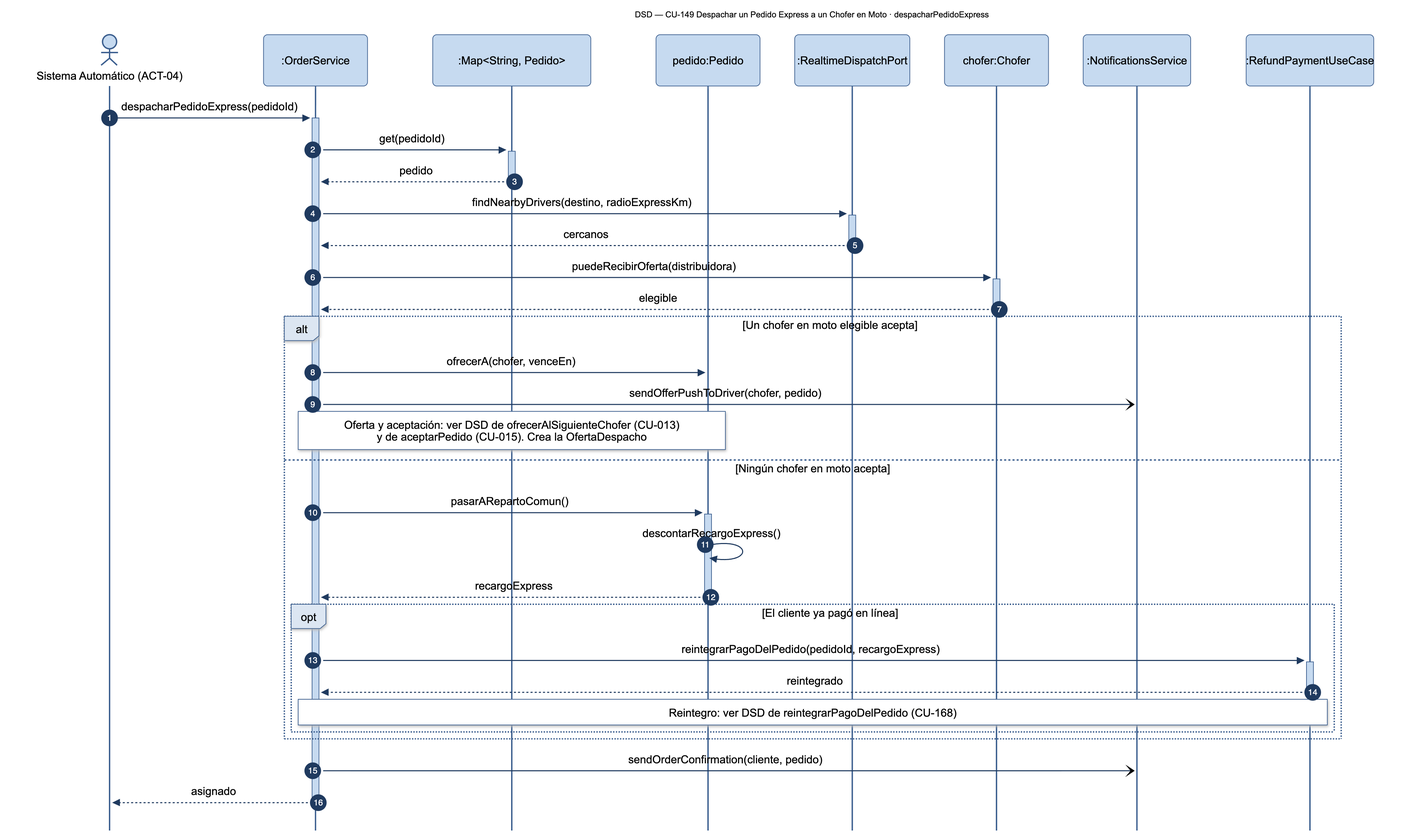
Nahuelito-Dev/splg-docs keeps this Mermaid diagram as diagramas/png/DSD_CU-149_despacharPedidoExpress.png. Above is the earlier version. Its source is kept beside it as diagramas/DSD_CU-149_despacharPedidoExpress.mmd.
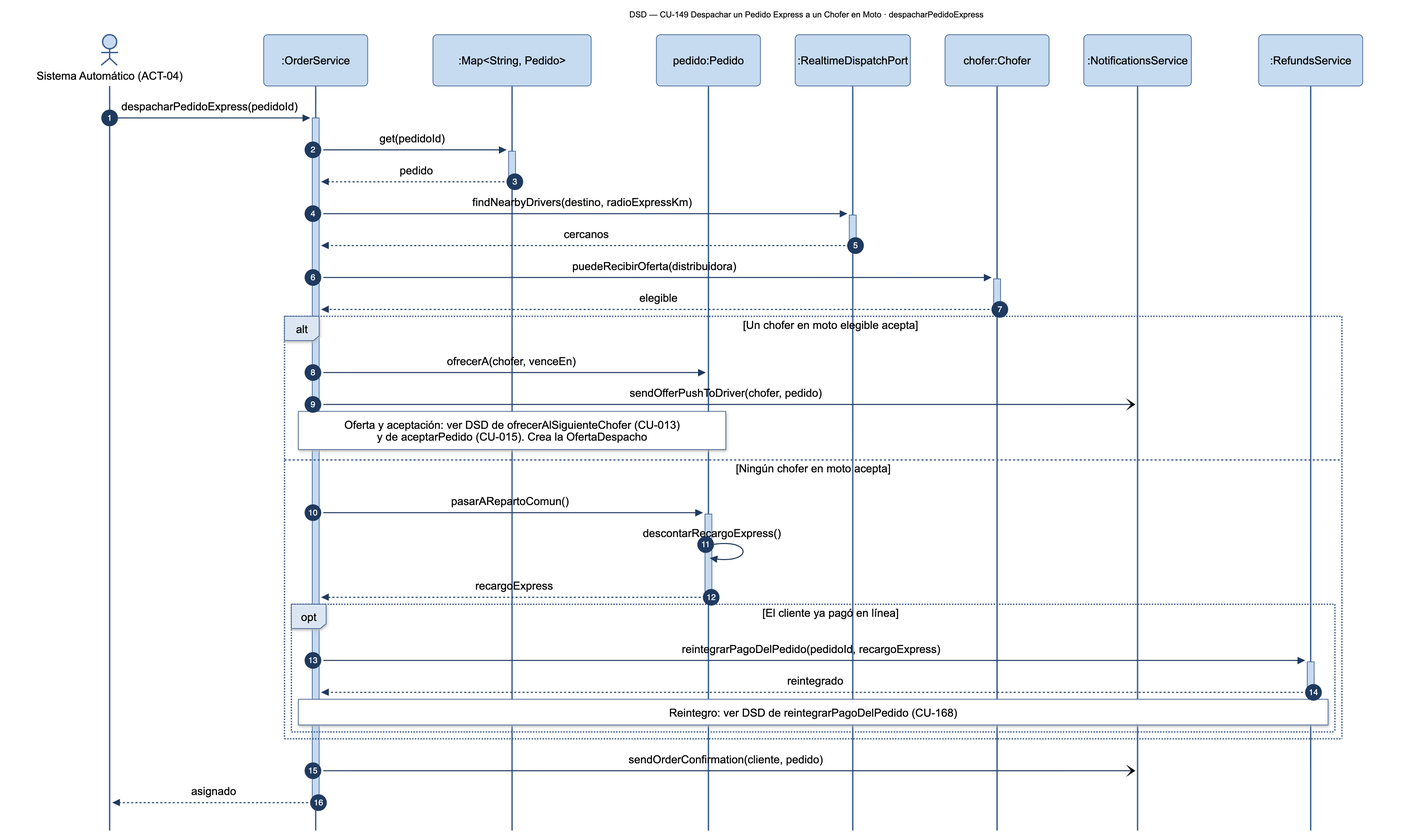
Above is the later version.

Diff of the diagram source:
```diff
@@ -8,7 +8,7 @@
     participant RT as :RealtimeDispatchPort
     participant CHO as chofer:Chofer
     participant NOT as :NotificationsService
-    participant REF as :RefundPaymentUseCase
+    participant REF as :RefundsService
 
     SIS->>+SRV: despacharPedidoExpress(pedidoId)
     SRV->>+PEDS: get(pedidoId)
```
